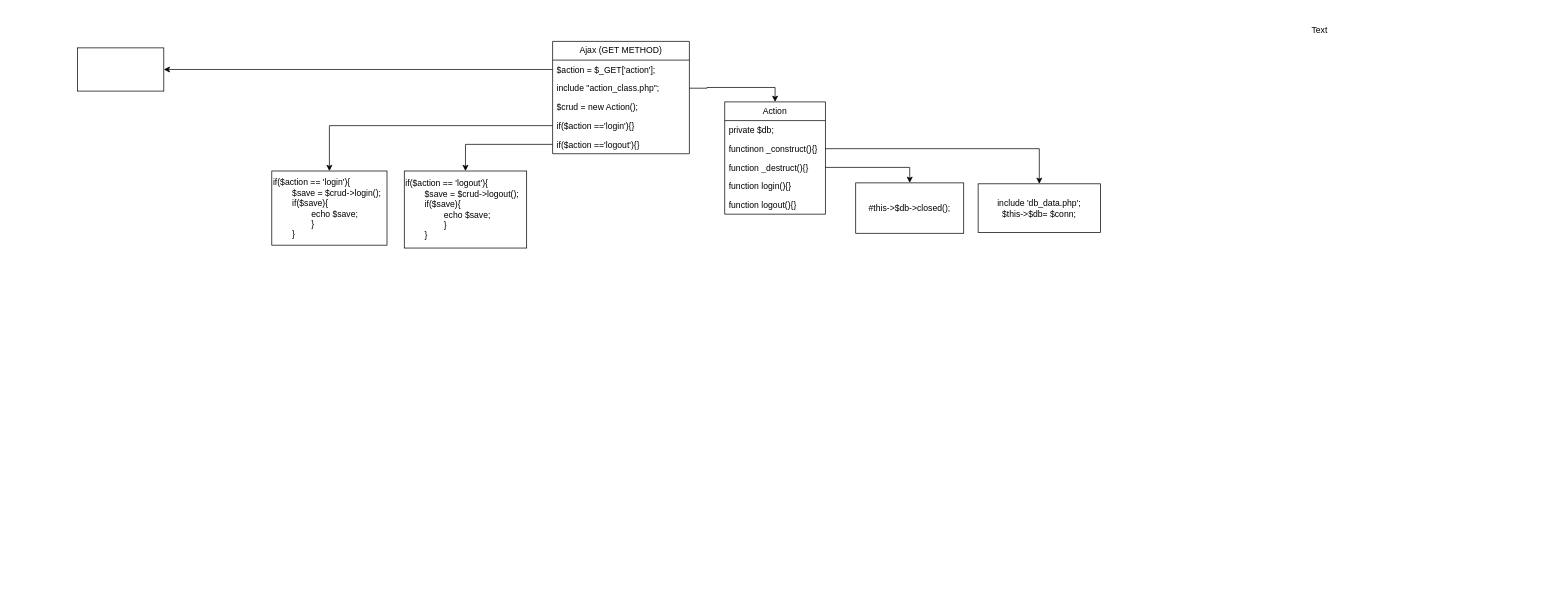
This is ducuments/UML PAYROLL SYS.drawio from ManCoders/puericulture-man, a draw.io file, before an edit. Source tidied: cells renumbered, new cells numbered last; positions are measured from the earlier drawing's top-left corner, leaving out a move shared by most shapes. Both pictures are drawn from the tidied source at 72%, with x=0, y=0 at pixel (77, 19).
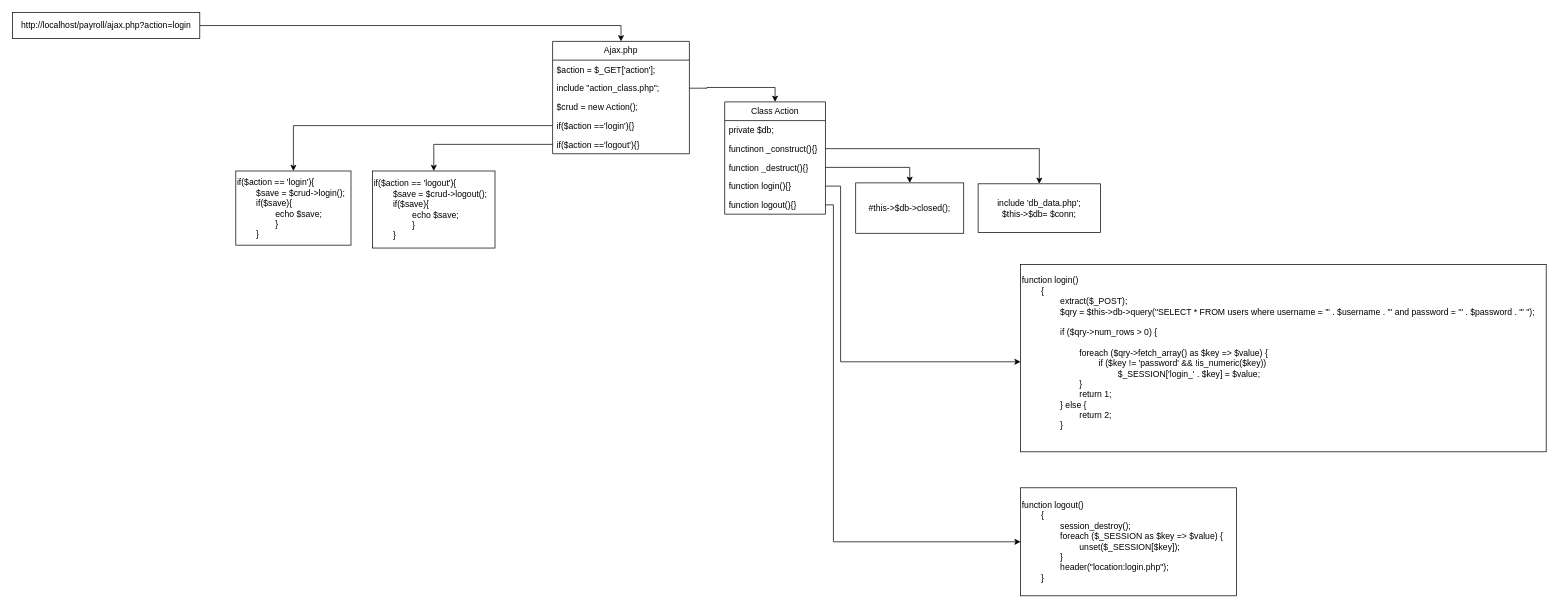
The same page after the edit.

The change refers to these unchanged cells:
```xml
<mxCell id="6" value="function login(){}" style="text;strokeColor=none;fillColor=none;align=left;verticalAlign=top;spacingLeft=4;spacingRight=4;overflow=hidden;points=[[0,0.5],[1,0.5]];portConstraint=eastwest;whiteSpace=wrap;html=1;" parent="2" vertex="1">
  <mxGeometry y="104" width="140" height="26" as="geometry" />
</mxCell>
<mxCell id="7" value="function logout(){}" style="text;strokeColor=none;fillColor=none;align=left;verticalAlign=top;spacingLeft=4;spacingRight=4;overflow=hidden;points=[[0,0.5],[1,0.5]];portConstraint=eastwest;whiteSpace=wrap;html=1;" parent="2" vertex="1">
  <mxGeometry y="130" width="140" height="26" as="geometry" />
</mxCell>
<mxCell id="13" value="$action = $_GET['action'];" style="text;strokeColor=none;fillColor=none;align=left;verticalAlign=top;spacingLeft=4;spacingRight=4;overflow=hidden;points=[[0,0.5],[1,0.5]];portConstraint=eastwest;whiteSpace=wrap;html=1;" parent="12" vertex="1">
  <mxGeometry y="26" width="190" height="26" as="geometry" />
</mxCell>
```

Change to the diagram source:
```diff
@@
-    <mxCell id="2" value="Action" style="swimlane;fontStyle=0;horizontal=1;startSize=26;fillColor=none;whiteSpace=wrap;html=1;" parent="1" vertex="1">
+    <mxCell id="2" value="Class Action" style="swimlane;fontStyle=0;horizontal=1;startSize=26;fillColor=none;whiteSpace=wrap;html=1;" parent="1" vertex="1">
       <mxGeometry x="899" y="114" width="140" height="156" as="geometry" />
     </mxCell>
@@
-    <mxCell id="12" value="Ajax (GET METHOD)" style="swimlane;fontStyle=0;horizontal=1;startSize=26;fillColor=none;whiteSpace=wrap;html=1;" parent="1" vertex="1">
+    <mxCell id="12" value="Ajax.php" style="swimlane;fontStyle=0;horizontal=1;startSize=26;fillColor=none;whiteSpace=wrap;html=1;" parent="1" vertex="1">
       <mxGeometry x="660" y="30" width="190" height="156" as="geometry" />
     </mxCell>
@@
     <mxCell id="19" value="if($action == 'logout')&lt;span style=&quot;background-color: transparent; color: light-dark(rgb(0, 0, 0), rgb(255, 255, 255));&quot;&gt;{&lt;/span&gt;&lt;div&gt;&lt;div&gt;&lt;span style=&quot;white-space: pre;&quot;&gt;&#9;&lt;/span&gt;$save = $crud-&amp;gt;logout();&lt;/div&gt;&lt;div&gt;&lt;span style=&quot;white-space: pre;&quot;&gt;&#9;&lt;/span&gt;if($save){&lt;/div&gt;&lt;div&gt;&lt;span style=&quot;white-space: pre;&quot;&gt;&#9;&lt;/span&gt;&lt;span style=&quot;white-space: pre;&quot;&gt;&#9;&lt;/span&gt;echo $save;&lt;/div&gt;&lt;div&gt;&lt;span style=&quot;white-space: pre;&quot;&gt;&#9;&lt;/span&gt;&lt;span style=&quot;white-space: pre;&quot;&gt;&#9;&lt;/span&gt;}&lt;/div&gt;&lt;div&gt;&lt;span style=&quot;white-space: pre;&quot;&gt;&#9;&lt;/span&gt;}&lt;/div&gt;&lt;/div&gt;" style="whiteSpace=wrap;html=1;align=left;" parent="1" vertex="1">
-      <mxGeometry x="454" y="210" width="170" height="107" as="geometry" />
+      <mxGeometry x="410" y="210" width="170" height="107" as="geometry" />
     </mxCell>
@@
     <mxCell id="21" value="&lt;span style=&quot;&quot;&gt;if($action == 'login')&lt;/span&gt;&lt;span style=&quot;color: light-dark(rgb(0, 0, 0), rgb(255, 255, 255)); background-color: transparent;&quot;&gt;{&lt;/span&gt;&lt;div style=&quot;&quot;&gt;&lt;div&gt;&lt;span style=&quot;white-space: pre;&quot;&gt;&#9;&lt;/span&gt;$save = $crud-&amp;gt;login();&lt;/div&gt;&lt;div&gt;&lt;span style=&quot;white-space: pre;&quot;&gt;&#9;&lt;/span&gt;if($save){&lt;/div&gt;&lt;div&gt;&lt;span style=&quot;white-space: pre;&quot;&gt;&#9;&lt;/span&gt;&lt;span style=&quot;white-space: pre;&quot;&gt;&#9;&lt;/span&gt;echo $save;&lt;/div&gt;&lt;div&gt;&lt;span style=&quot;white-space: pre;&quot;&gt;&#9;&lt;/span&gt;&lt;span style=&quot;white-space: pre;&quot;&gt;&#9;&lt;/span&gt;}&lt;/div&gt;&lt;div&gt;&lt;span style=&quot;white-space: pre;&quot;&gt;&#9;&lt;/span&gt;}&lt;/div&gt;&lt;/div&gt;" style="whiteSpace=wrap;html=1;align=left;" parent="1" vertex="1">
-      <mxGeometry x="270" y="210" width="160" height="103" as="geometry" />
+      <mxGeometry x="220" y="210" width="160" height="103" as="geometry" />
     </mxCell>
@@
-    <mxCell id="23" value="Text" style="text;html=1;align=center;verticalAlign=middle;strokeColor=none;fillColor=none;" parent="1" vertex="1">
-      <mxGeometry x="1700" width="50" height="30" as="geometry" />
-    </mxCell>
+    <mxCell id="26" style="edgeStyle=orthogonalEdgeStyle;rounded=0;jettySize=auto;html=1;exitX=1;exitY=0.5;exitDx=0;exitDy=0;entryX=0.5;entryY=0;entryDx=0;entryDy=0;" parent="1" edge="1" source="24" target="12">
+      <mxGeometry relative="1" as="geometry" />
+    </mxCell>
-    <mxCell id="24" style="whiteSpace=wrap;html=1;" parent="1" vertex="1">
-      <mxGeometry y="39" width="120" height="60" as="geometry" />
+    <mxCell id="24" value="http://localhost/payroll/ajax.php?action=login" style="whiteSpace=wrap;html=1;" parent="1" vertex="1">
+      <mxGeometry x="-90" y="-10" width="260" height="36" as="geometry" />
     </mxCell>
-    <mxCell id="25" style="edgeStyle=orthogonalEdgeStyle;rounded=0;jettySize=auto;html=1;" parent="1" edge="1" source="13" target="24">
-      <mxGeometry relative="1" as="geometry" />
-    </mxCell>
+    <mxCell id="27" value="&lt;div&gt;function login()&lt;/div&gt;&lt;div&gt;&lt;span style=&quot;white-space: normal;&quot;&gt;&lt;span style=&quot;white-space:pre&quot;&gt;&#9;&lt;/span&gt;{&lt;/span&gt;&lt;/div&gt;&lt;div&gt;&lt;span style=&quot;white-space: normal;&quot;&gt;&lt;span style=&quot;white-space:pre&quot;&gt;&#9;&#9;&lt;/span&gt;extract($_POST);&lt;/span&gt;&lt;/div&gt;&lt;div&gt;&lt;span style=&quot;white-space: normal;&quot;&gt;&lt;span style=&quot;white-space:pre&quot;&gt;&#9;&#9;&lt;/span&gt;$qry = $this-&amp;gt;db-&amp;gt;query(&quot;SELECT * FROM users where username = '&quot; . $username . &quot;' and password = '&quot; . $password . &quot;' &quot;);&lt;/span&gt;&lt;/div&gt;&lt;div&gt;&lt;span style=&quot;white-space: normal;&quot;&gt;&lt;br&gt;&lt;/span&gt;&lt;/div&gt;&lt;div&gt;&lt;span style=&quot;white-space: normal;&quot;&gt;&lt;span style=&quot;white-space:pre&quot;&gt;&#9;&#9;&lt;/span&gt;if ($qry-&amp;gt;num_rows &amp;gt; 0) {&lt;/span&gt;&lt;/div&gt;&lt;div&gt;&lt;span style=&quot;white-space: normal;&quot;&gt;&lt;br&gt;&lt;/span&gt;&lt;/div&gt;&lt;div&gt;&lt;/div&gt;&lt;div&gt;&lt;span style=&quot;white-space: normal;&quot;&gt;&lt;span style=&quot;white-space:pre&quot;&gt;&#9;&#9;&#9;&lt;/span&gt;foreach ($qry-&amp;gt;fetch_array() as $key =&amp;gt; $value) {&lt;/span&gt;&lt;/div&gt;&lt;div&gt;&lt;/div&gt;&lt;div&gt;&lt;span style=&quot;white-space: normal;&quot;&gt;&lt;span style=&quot;white-space:pre&quot;&gt;&#9;&#9;&#9;&#9;&lt;/span&gt;if ($key != 'password' &amp;amp;&amp;amp; !is_numeric($key))&lt;/span&gt;&lt;/div&gt;&lt;div&gt;&lt;span style=&quot;white-space: normal;&quot;&gt;&lt;span style=&quot;white-space:pre&quot;&gt;&#9;&#9;&#9;&#9;&#9;&lt;/span&gt;$_SESSION['login_' . $key] = $value;&lt;/span&gt;&lt;/div&gt;&lt;div&gt;&lt;span style=&quot;white-space: pre; white-space: normal;&quot;&gt;&#9;&#9;&#9;&#9;&#9;&lt;/span&gt;&lt;/div&gt;&lt;div&gt;&lt;span style=&quot;white-space: normal;&quot;&gt;&lt;span style=&quot;white-space:pre&quot;&gt;&#9;&#9;&#9;&lt;/span&gt;}&lt;/span&gt;&lt;/div&gt;&lt;div&gt;&lt;span style=&quot;white-space: normal;&quot;&gt;&lt;span style=&quot;white-space:pre&quot;&gt;&#9;&#9;&#9;&lt;/span&gt;return 1;&lt;/span&gt;&lt;/div&gt;&lt;div&gt;&lt;span style=&quot;white-space: normal;&quot;&gt;&lt;span style=&quot;white-space:pre&quot;&gt;&#9;&#9;&lt;/span&gt;} else {&lt;/span&gt;&lt;/div&gt;&lt;div&gt;&lt;span style=&quot;white-space: normal;&quot;&gt;&lt;span style=&quot;white-space:pre&quot;&gt;&#9;&#9;&#9;&lt;/span&gt;return 2;&lt;/span&gt;&lt;/div&gt;&lt;div&gt;&lt;span style=&quot;white-space: normal;&quot;&gt;&lt;span style=&quot;white-space:pre&quot;&gt;&#9;&#9;&lt;/span&gt;}&lt;/span&gt;&lt;/div&gt;&lt;div&gt;&lt;br&gt;&lt;/div&gt;" style="whiteSpace=wrap;html=1;align=left;" parent="1" vertex="1">
+      <mxGeometry x="1310" y="340" width="730" height="260" as="geometry" />
+    </mxCell>
+    <mxCell id="28" style="edgeStyle=orthogonalEdgeStyle;rounded=0;jettySize=auto;html=1;" parent="1" edge="1" source="6" target="27">
+      <mxGeometry relative="1" as="geometry">
+        <Array as="points">
+          <mxPoint x="1060" y="231" />
+          <mxPoint x="1060" y="475" />
+        </Array>
+      </mxGeometry>
+    </mxCell>
+    <mxCell id="29" value="&lt;div&gt;function logout()&lt;/div&gt;&lt;div&gt;&lt;span style=&quot;white-space: normal;&quot;&gt;&lt;span style=&quot;white-space:pre&quot;&gt;&#9;&lt;/span&gt;{&lt;/span&gt;&lt;/div&gt;&lt;div&gt;&lt;span style=&quot;white-space: normal;&quot;&gt;&lt;span style=&quot;white-space:pre&quot;&gt;&#9;&#9;&lt;/span&gt;session_destroy();&lt;/span&gt;&lt;/div&gt;&lt;div&gt;&lt;span style=&quot;white-space: normal;&quot;&gt;&lt;span style=&quot;white-space:pre&quot;&gt;&#9;&#9;&lt;/span&gt;foreach ($_SESSION as $key =&amp;gt; $value) {&lt;/span&gt;&lt;/div&gt;&lt;div&gt;&lt;span style=&quot;white-space: normal;&quot;&gt;&lt;span style=&quot;white-space:pre&quot;&gt;&#9;&#9;&#9;&lt;/span&gt;unset($_SESSION[$key]);&lt;/span&gt;&lt;/div&gt;&lt;div&gt;&lt;span style=&quot;white-space: normal;&quot;&gt;&lt;span style=&quot;white-space:pre&quot;&gt;&#9;&#9;&lt;/span&gt;}&lt;/span&gt;&lt;/div&gt;&lt;div&gt;&lt;span style=&quot;white-space: normal;&quot;&gt;&lt;span style=&quot;white-space:pre&quot;&gt;&#9;&#9;&lt;/span&gt;header(&quot;location:login.php&quot;);&lt;/span&gt;&lt;/div&gt;&lt;div&gt;&lt;span style=&quot;white-space: normal;&quot;&gt;&lt;span style=&quot;white-space:pre&quot;&gt;&#9;&lt;/span&gt;}&lt;/span&gt;&lt;/div&gt;" style="whiteSpace=wrap;html=1;align=left;" parent="1" vertex="1">
+      <mxGeometry x="1310" y="650" width="300" height="150" as="geometry" />
+    </mxCell>
+    <mxCell id="30" style="edgeStyle=orthogonalEdgeStyle;rounded=0;jettySize=auto;html=1;" parent="1" edge="1" source="7" target="29">
+      <mxGeometry relative="1" as="geometry">
+        <Array as="points">
+          <mxPoint x="1050" y="257" />
+          <mxPoint x="1050" y="725" />
+        </Array>
+      </mxGeometry>
+    </mxCell>
```
